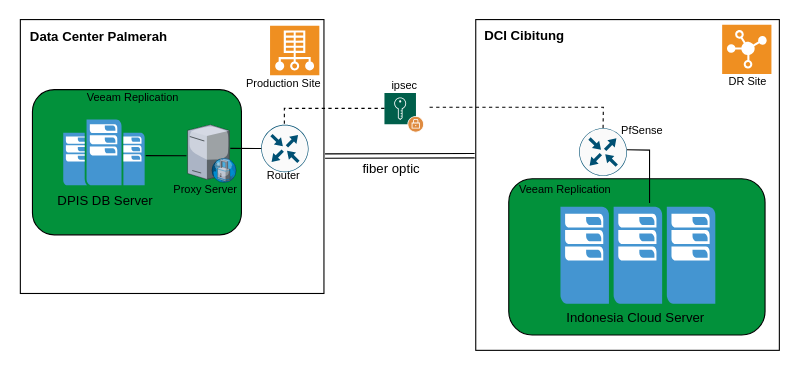
Above: Untitled Diagram.drawio in yusufdalu/hello-world (draw.io), before the change. Source tidied: cells renumbered, new cells numbered last; positions are measured from the earlier drawing's top-left corner, leaving out a move shared by most shapes. Both pictures are drawn from the tidied source at 110%, with x=0, y=0 at pixel (19, 19).
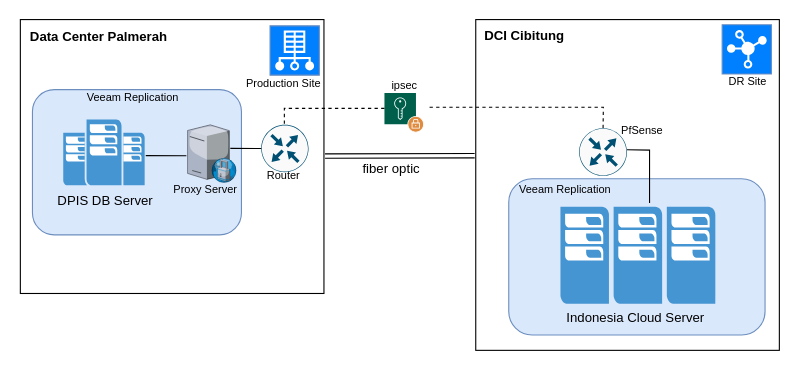
The same page after the edit.

The edit, as a diff of the source:
```diff
@@
-    <mxCell id="6" style="shadow=0;dashed=0;html=1;strokeColor=none;fillColor=#EF8F21;labelPosition=center;verticalLabelPosition=bottom;verticalAlign=top;align=center;shape=mxgraph.veeam.dr_site;" parent="1" vertex="1">
+    <mxCell id="6" style="shadow=0;dashed=0;html=1;strokeColor=#6c8ebf;fillColor=#007FFF;labelPosition=center;verticalLabelPosition=bottom;verticalAlign=top;align=center;shape=mxgraph.veeam.dr_site;" parent="1" vertex="1">
       <mxGeometry x="639" y="5" width="44.8" height="44.8" as="geometry" />
     </mxCell>
-    <mxCell id="7" style="shadow=0;dashed=0;html=1;strokeColor=none;fillColor=#EF8F21;labelPosition=center;verticalLabelPosition=bottom;verticalAlign=top;align=center;shape=mxgraph.veeam.production_site;" parent="1" vertex="1">
+    <mxCell id="7" style="shadow=0;dashed=0;html=1;strokeColor=#6c8ebf;fillColor=#007FFF;labelPosition=center;verticalLabelPosition=bottom;verticalAlign=top;align=center;shape=mxgraph.veeam.production_site;" parent="1" vertex="1">
       <mxGeometry x="228" y="6" width="44.8" height="44.8" as="geometry" />
     </mxCell>
@@
-    <mxCell id="16" style="rounded=1;whiteSpace=wrap;html=1;fontSize=10;fillColor=#02913B;" parent="1" vertex="1">
+    <mxCell id="16" style="rounded=1;whiteSpace=wrap;html=1;fontSize=10;fillColor=#dae8fc;strokeColor=#6c8ebf;" parent="1" vertex="1">
       <mxGeometry x="12" y="64" width="190" height="132" as="geometry" />
     </mxCell>
@@
-    <mxCell id="19" style="rounded=1;whiteSpace=wrap;html=1;fontSize=10;fillColor=#02913B;" parent="1" vertex="1">
+    <mxCell id="19" style="rounded=1;whiteSpace=wrap;html=1;fontSize=10;fillColor=#dae8fc;strokeColor=#6c8ebf;" parent="1" vertex="1">
       <mxGeometry x="445" y="145" width="233" height="142" as="geometry" />
     </mxCell>
```
